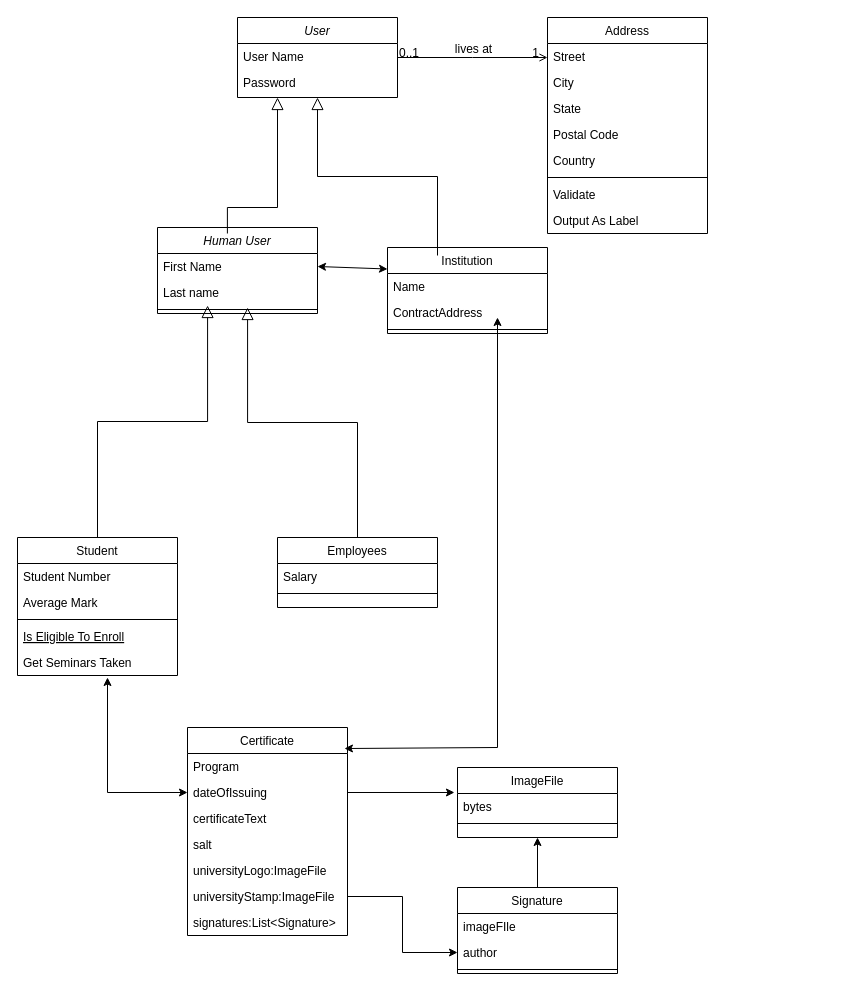
Earlier version of the draw.io diagram diagram.drawio (momolakeit/certChain). Source tidied: cells renumbered, new cells numbered last; positions are measured from the earlier drawing's top-left corner, leaving out a move shared by most shapes. Both pictures are drawn from the tidied source at 100%, with x=0, y=0 at pixel (17, 17).
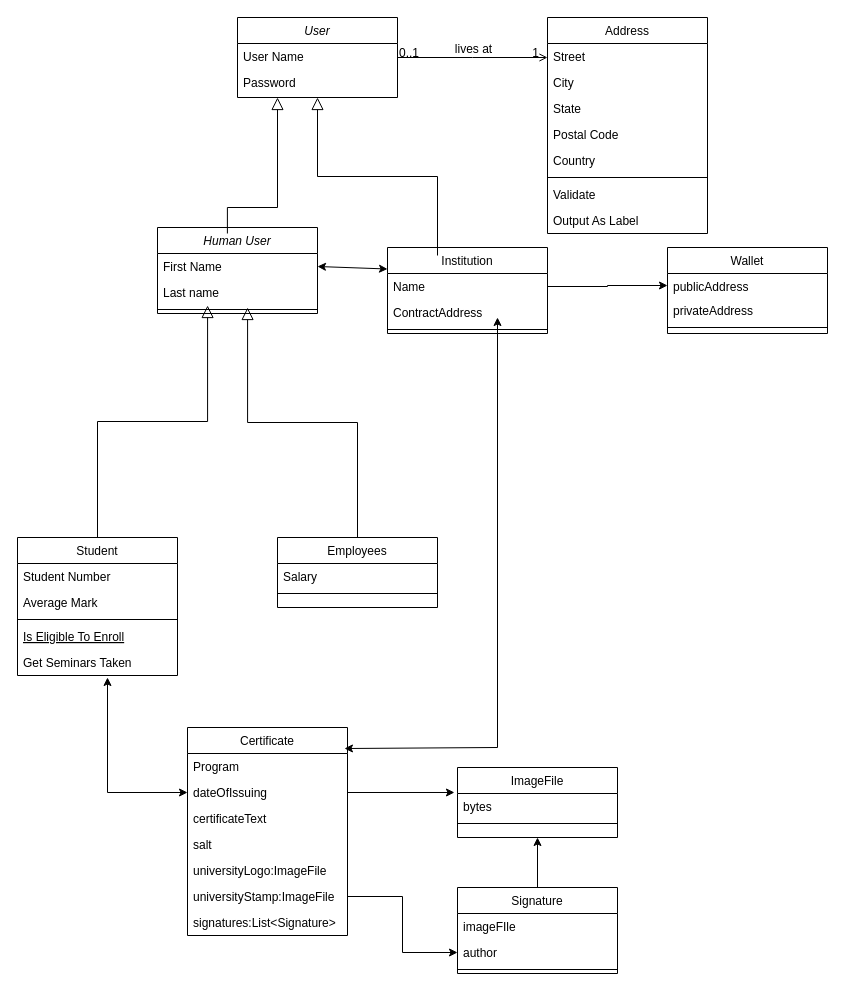
The same page after the edit.

The change refers to these unchanged cells:
```xml
<mxCell id="30" value="Name" style="text;align=left;verticalAlign=top;spacingLeft=4;spacingRight=4;overflow=hidden;points=[[0,0.5],[1,0.5]];portConstraint=eastwest;" parent="29" vertex="1">
  <mxGeometry y="26" width="160" height="26" as="geometry" />
</mxCell>
```

What changed in the source:
```diff
@@
+    <mxCell id="60" value="Wallet" style="swimlane;fontStyle=0;align=center;verticalAlign=top;horizontal=1;startSize=26;rounded=0;shadow=0;strokeWidth=1;" parent="1" vertex="1">
+      <mxGeometry x="650" y="230" width="160" height="86" as="geometry" />
+    </mxCell>
+    <mxCell id="61" value="publicAddress&#10;" style="text;align=left;verticalAlign=top;spacingLeft=4;spacingRight=4;overflow=hidden;points=[[0,0.5],[1,0.5]];portConstraint=eastwest;" parent="60" vertex="1">
+      <mxGeometry y="26" width="160" height="24" as="geometry" />
+    </mxCell>
+    <mxCell id="62" value="privateAddress&#10;" style="text;align=left;verticalAlign=top;spacingLeft=4;spacingRight=4;overflow=hidden;" parent="60" vertex="1">
+      <mxGeometry y="50" width="160" height="26" as="geometry" />
+    </mxCell>
+    <mxCell id="63" style="line;html=1;strokeWidth=1;align=left;verticalAlign=middle;spacingTop=-1;spacingLeft=3;spacingRight=3;labelPosition=right;" parent="60" vertex="1">
+      <mxGeometry y="76" width="160" height="8" as="geometry" />
+    </mxCell>
+    <mxCell id="64" style="edgeStyle=orthogonalEdgeStyle;rounded=0;jettySize=auto;html=1;exitX=1;exitY=0.5;exitDx=0;exitDy=0;" parent="1" edge="1" source="30" target="61">
+      <mxGeometry relative="1" as="geometry" />
+    </mxCell>
```
